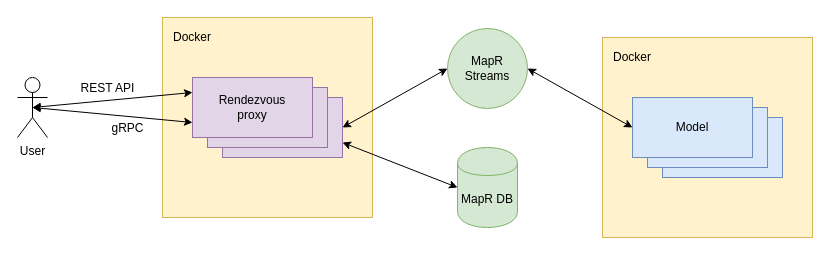
The draw.io diagram diagrams/ArchitectureDiagram.drawio in adebesin/rendezvous, before the edit. Source tidied: cells renumbered, new cells numbered last; positions are measured from the earlier drawing's top-left corner, leaving out a move shared by most shapes. Both pictures are drawn from the tidied source at 100%, with x=0, y=0 at pixel (17, 17).
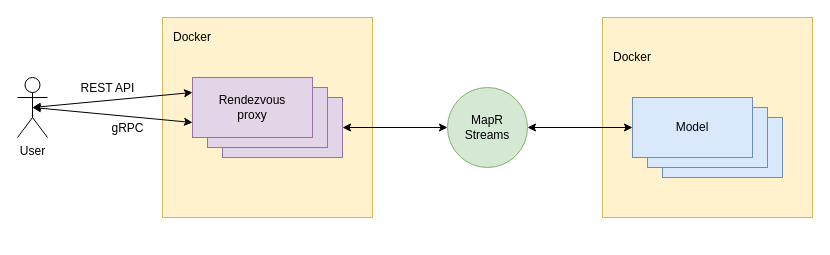
After the change.

The change refers to these unchanged cells:
```xml
<mxCell id="8" style="rounded=0;whiteSpace=wrap;html=1;fillColor=#e1d5e7;strokeColor=#9673a6;" parent="1" vertex="1">
  <mxGeometry x="205" y="80" width="120" height="60" as="geometry" />
</mxCell>
```

What changed in the source:
```diff
@@
     <mxCell id="2" style="rounded=0;whiteSpace=wrap;html=1;fillColor=#fff2cc;strokeColor=#d6b656;" parent="1" vertex="1">
-      <mxGeometry x="585" y="20" width="210" height="200" as="geometry" />
+      <mxGeometry x="585" width="210" height="200" as="geometry" />
     </mxCell>
     <mxCell id="3" value="MapR&lt;br&gt;Streams&lt;br&gt;" style="ellipse;whiteSpace=wrap;html=1;fillColor=#d5e8d4;strokeColor=#82b366;" parent="1" vertex="1">
-      <mxGeometry x="430" y="11" width="80" height="80" as="geometry" />
+      <mxGeometry x="430" y="70" width="80" height="80" as="geometry" />
     </mxCell>
@@
-    <mxCell id="18" value="MapR DB" style="shape=cylinder;whiteSpace=wrap;html=1;boundedLbl=1;backgroundOutline=1;fillColor=#d5e8d4;strokeColor=#82b366;" parent="1" vertex="1">
-      <mxGeometry x="440" y="130" width="60" height="80" as="geometry" />
-    </mxCell>
-    <mxCell id="19" style="endArrow=classic;startArrow=classic;html=1;entryX=0;entryY=0.5;entryDx=0;entryDy=0;exitX=1;exitY=0.75;exitDx=0;exitDy=0;" parent="1" edge="1" source="8" target="18">
-      <mxGeometry relative="1" as="geometry" />
-    </mxCell>
```
